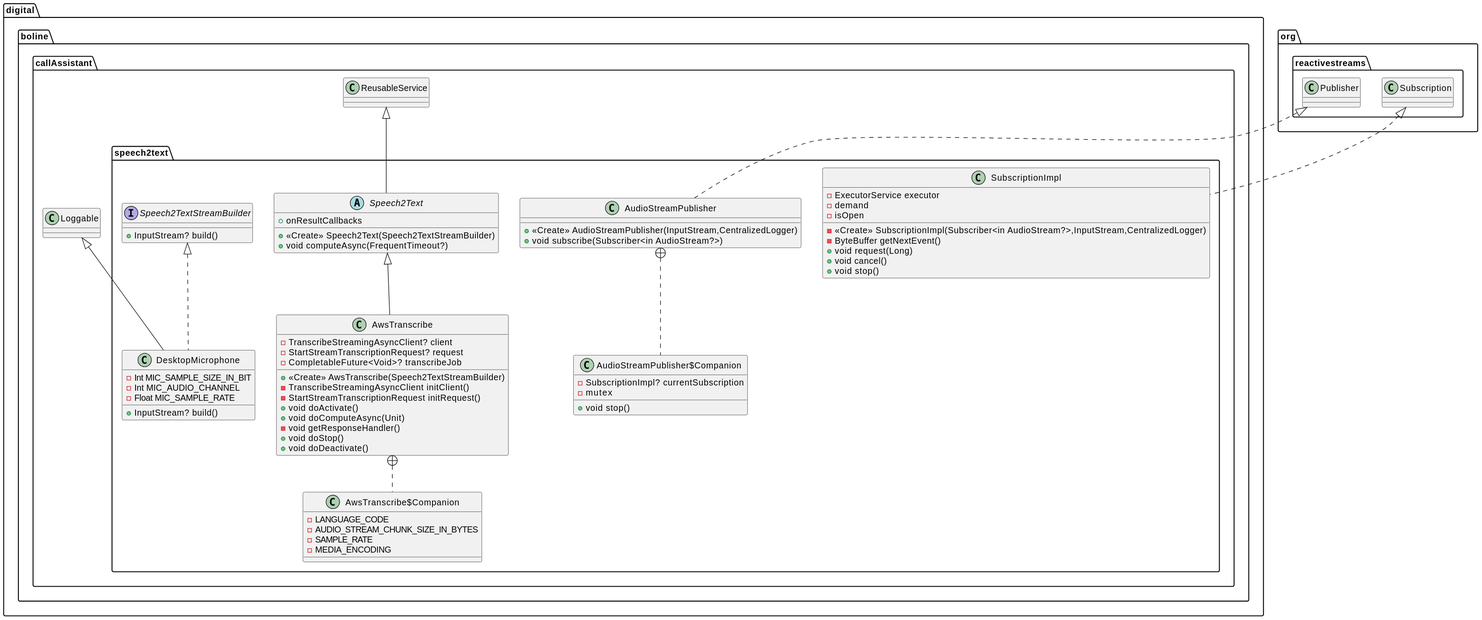
Before: doc/uml/speech2text.svg, a diagram exported from PlantUML (buoncubi/call_assistant).
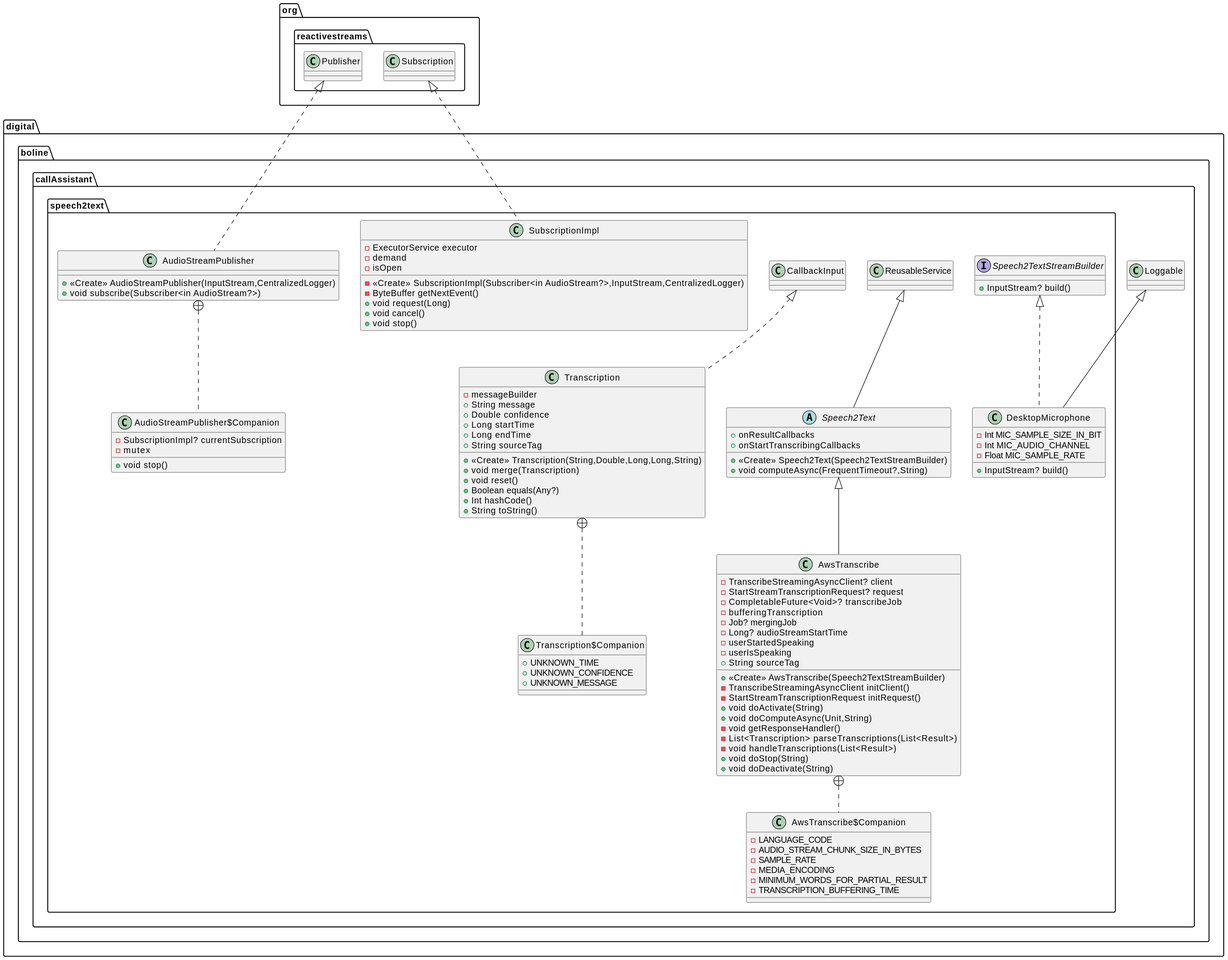
Later version of the same file.

What changed in the source:
```diff
@@ -11,10 +11,33 @@
 + InputStream? build()
 }
 
+class digital.boline.callAssistant.speech2text.Transcription$Companion {
++  UNKNOWN_TIME
++  UNKNOWN_CONFIDENCE
++  UNKNOWN_MESSAGE
+}
+
+class digital.boline.callAssistant.speech2text.Transcription {
+-  messageBuilder
++ String message
++ Double confidence
++ Long startTime
++ Long endTime
++ String sourceTag
++ <<Create>> Transcription(String,Double,Long,Long,String)
++ void merge(Transcription)
++ void reset()
++ Boolean equals(Any?)
++ Int hashCode()
++ String toString()
+}
+
+
 abstract class digital.boline.callAssistant.speech2text.Speech2Text {
 +  onResultCallbacks
++  onStartTranscribingCallbacks
 + <<Create>> Speech2Text(Speech2TextStreamBuilder)
-+ void computeAsync(FrequentTimeout?)
++ void computeAsync(FrequentTimeout?,String)
 }
 
 
@@ -23,20 +46,30 @@
 -  AUDIO_STREAM_CHUNK_SIZE_IN_BYTES
 -  SAMPLE_RATE
 -  MEDIA_ENCODING
+-  MINIMUM_WORDS_FOR_PARTIAL_RESULT
+-  TRANSCRIPTION_BUFFERING_TIME
 }
 
 class digital.boline.callAssistant.speech2text.AwsTranscribe {
 - TranscribeStreamingAsyncClient? client
 - StartStreamTranscriptionRequest? request
 - CompletableFuture<Void>? transcribeJob
+-  bufferingTranscription
+- Job? mergingJob
+- Long? audioStreamStartTime
+-  userStartedSpeaking
+-  userIsSpeaking
++ String sourceTag
 + <<Create>> AwsTranscribe(Speech2TextStreamBuilder)
 - TranscribeStreamingAsyncClient initClient()
 - StartStreamTranscriptionRequest initRequest()
-+ void doActivate()
-+ void doComputeAsync(Unit)
++ void doActivate(String)
++ void doComputeAsync(Unit,String)
 - void getResponseHandler()
-+ void doStop()
-+ void doDeactivate()
+- List<Transcription> parseTranscriptions(List<Result>)
+- void handleTranscriptions(List<Result>)
++ void doStop(String)
++ void doDeactivate(String)
 }
 
 
@@ -68,7 +101,9 @@
 
 digital.boline.callAssistant.speech2text.Speech2TextStreamBuilder <|.. digital.boline.callAssistant.speech2text.DesktopMicrophone
 digital.boline.callAssistant.Loggable <|-- digital.boline.callAssistant.speech2text.DesktopMicrophone
-digital.boline.callAssistant.ReusableService <|-- digital.boline.callAssistant.speech2text.Speech2Text
+digital.boline.callAssistant.speech2text.Transcription +.. digital.boline.callAssistant.speech2text.Transcription$Companion
+digital.boline.callAssistant.speech2text.CallbackInput <|.. digital.boline.callAssistant.speech2text.Transcription
+digital.boline.callAssistant.speech2text.ReusableService <|-- digital.boline.callAssistant.speech2text.Speech2Text
 digital.boline.callAssistant.speech2text.AwsTranscribe +.. digital.boline.callAssistant.speech2text.AwsTranscribe$Companion
 digital.boline.callAssistant.speech2text.Speech2Text <|-- digital.boline.callAssistant.speech2text.AwsTranscribe
 digital.boline.callAssistant.speech2text.AudioStreamPublisher +.. digital.boline.callAssistant.speech2text.AudioStreamPublisher$Companion
```
